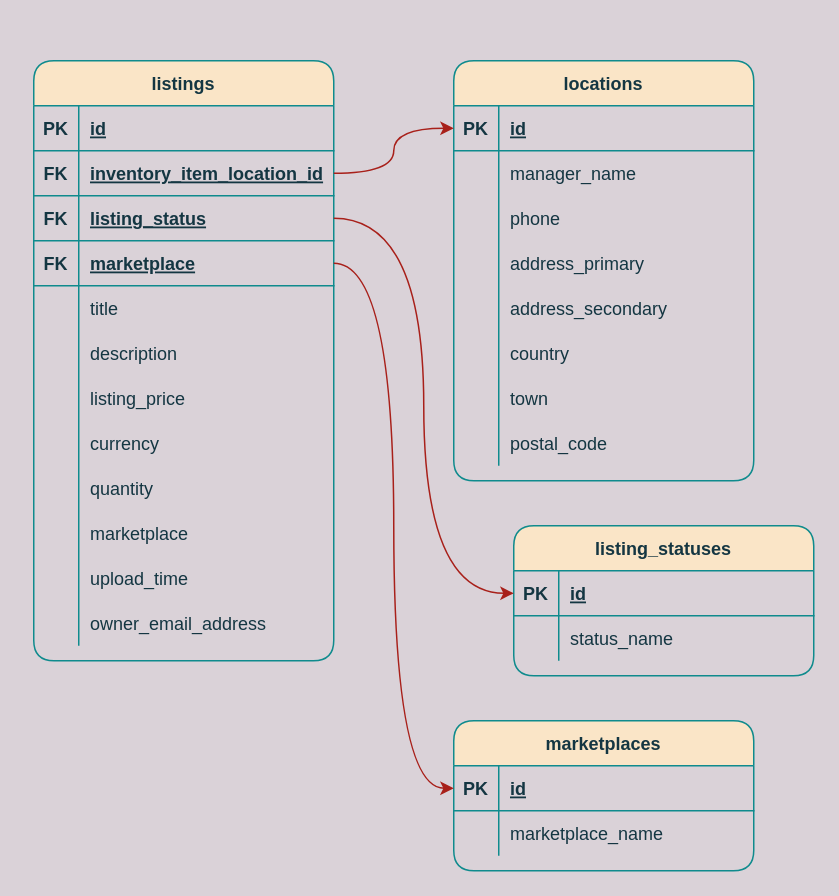
The draw.io diagram dbdiagram.drawio in markdioszegi/world-of-books, before the edit. Source tidied: cells renumbered, new cells numbered last; positions are measured from the earlier drawing's top-left corner, leaving out a move shared by most shapes. Both pictures are drawn from the tidied source at 150%, with x=0, y=0 at pixel (33, 60).
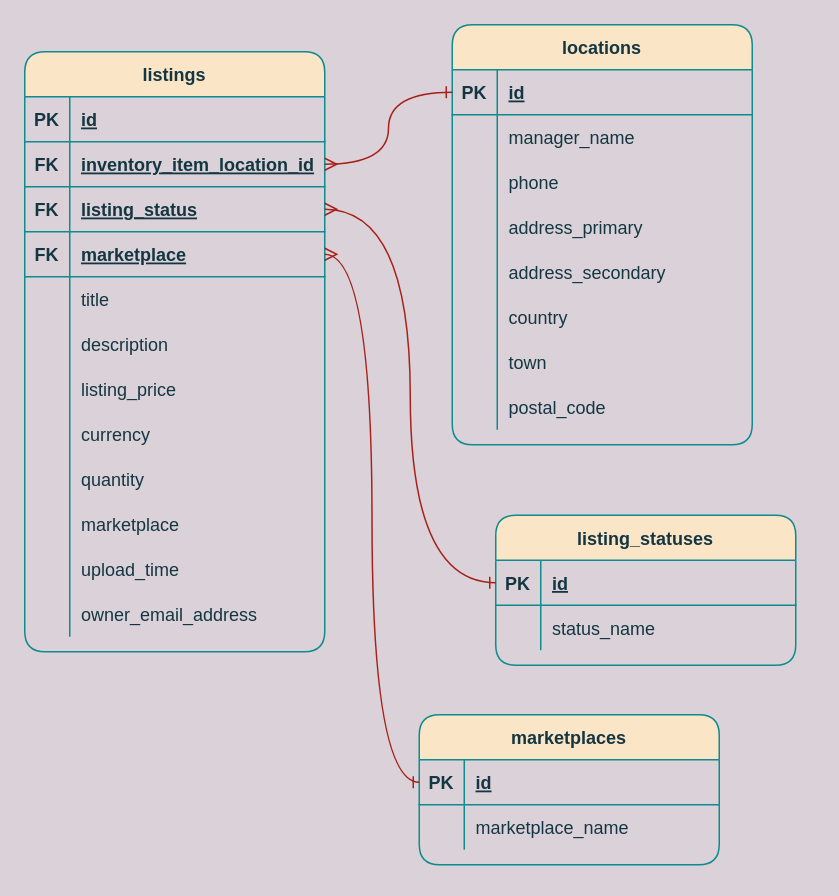
The same page after the edit.

The change refers to these unchanged cells:
```xml
<mxCell id="6" style="shape=partialRectangle;fillColor=none;top=0;left=0;bottom=1;right=0;points=[[0,0.5],[1,0.5]];portConstraint=eastwest;rounded=1;strokeColor=#0F8B8D;fontColor=#143642;" parent="2" vertex="1">
  <mxGeometry y="60" width="200" height="30" as="geometry" />
</mxCell>
<mxCell id="9" style="shape=partialRectangle;fillColor=none;top=0;left=0;bottom=1;right=0;points=[[0,0.5],[1,0.5]];portConstraint=eastwest;rounded=1;strokeColor=#0F8B8D;fontColor=#143642;" parent="2" vertex="1">
  <mxGeometry y="90" width="200" height="30" as="geometry" />
</mxCell>
<mxCell id="12" style="shape=partialRectangle;fillColor=none;top=0;left=0;bottom=1;right=0;points=[[0,0.5],[1,0.5]];portConstraint=eastwest;rounded=1;strokeColor=#0F8B8D;fontColor=#143642;" parent="2" vertex="1">
  <mxGeometry y="120" width="200" height="30" as="geometry" />
</mxCell>
<mxCell id="40" style="shape=partialRectangle;fillColor=none;top=0;left=0;bottom=1;right=0;points=[[0,0.5],[1,0.5]];portConstraint=eastwest;rounded=1;strokeColor=#0F8B8D;fontColor=#143642;" parent="39" vertex="1">
  <mxGeometry y="30" width="200" height="30" as="geometry" />
</mxCell>
<mxCell id="65" style="shape=partialRectangle;fillColor=none;top=0;left=0;bottom=1;right=0;points=[[0,0.5],[1,0.5]];portConstraint=eastwest;rounded=1;strokeColor=#0F8B8D;fontColor=#143642;" parent="64" vertex="1">
  <mxGeometry y="30" width="200" height="30" as="geometry" />
</mxCell>
<mxCell id="72" style="shape=partialRectangle;fillColor=none;top=0;left=0;bottom=1;right=0;points=[[0,0.5],[1,0.5]];portConstraint=eastwest;rounded=1;strokeColor=#0F8B8D;fontColor=#143642;" parent="71" vertex="1">
  <mxGeometry y="30" width="200" height="30" as="geometry" />
</mxCell>
```

Change to the diagram source:
```diff
@@
     <mxCell id="2" value="listings" style="shape=table;startSize=30;childLayout=tableLayout;rowLines=0;fontStyle=1;align=center;rounded=1;fillColor=#FAE5C7;strokeColor=#0F8B8D;fontColor=#143642;" parent="1" vertex="1">
-      <mxGeometry width="200" height="400" as="geometry" />
+      <mxGeometry x="-6" y="-6" width="200" height="400" as="geometry" />
     </mxCell>
@@
     <mxCell id="39" value="locations" style="shape=table;startSize=30;childLayout=tableLayout;rowLines=0;fontStyle=1;align=center;rounded=1;fillColor=#FAE5C7;strokeColor=#0F8B8D;fontColor=#143642;" parent="1" vertex="1">
-      <mxGeometry x="280" width="200" height="280" as="geometry" />
+      <mxGeometry x="279" y="-24" width="200" height="280" as="geometry" />
     </mxCell>
@@
     <mxCell id="64" value="listing_statuses" style="shape=table;startSize=30;childLayout=tableLayout;rowLines=0;fontStyle=1;align=center;rounded=1;fillColor=#FAE5C7;strokeColor=#0F8B8D;fontColor=#143642;" parent="1" vertex="1">
-      <mxGeometry x="320" y="310" width="200" height="100" as="geometry" />
+      <mxGeometry x="308" y="303" width="200" height="100" as="geometry" />
     </mxCell>
@@
     <mxCell id="71" value="marketplaces" style="shape=table;startSize=30;childLayout=tableLayout;rowLines=0;fontStyle=1;align=center;rounded=1;fillColor=#FAE5C7;strokeColor=#0F8B8D;fontColor=#143642;" parent="1" vertex="1">
-      <mxGeometry x="280" y="440" width="200" height="100" as="geometry" />
+      <mxGeometry x="257" y="436" width="200" height="100" as="geometry" />
     </mxCell>
@@
-    <mxCell id="78" style="edgeStyle=orthogonalEdgeStyle;jettySize=auto;html=1;exitX=1;exitY=0.5;exitDx=0;exitDy=0;entryX=0;entryY=0.5;entryDx=0;entryDy=0;curved=1;labelBackgroundColor=#DAD2D8;strokeColor=#A8201A;fontColor=#143642;" parent="1" edge="1" source="6" target="40">
+    <mxCell id="78" style="edgeStyle=orthogonalEdgeStyle;jettySize=auto;html=1;exitX=1;exitY=0.5;exitDx=0;exitDy=0;entryX=0;entryY=0.5;entryDx=0;entryDy=0;curved=1;labelBackgroundColor=#DAD2D8;strokeColor=#A8201A;fontColor=#143642;comic=0;endArrow=ERone;endFill=0;startArrow=ERmany;startFill=0;" parent="1" edge="1" source="6" target="40">
       <mxGeometry relative="1" as="geometry" />
     </mxCell>
-    <mxCell id="79" style="edgeStyle=orthogonalEdgeStyle;jettySize=auto;html=1;exitX=1;exitY=0.5;exitDx=0;exitDy=0;entryX=0;entryY=0.5;entryDx=0;entryDy=0;curved=1;labelBackgroundColor=#DAD2D8;strokeColor=#A8201A;fontColor=#143642;" parent="1" edge="1" source="9" target="65">
+    <mxCell id="79" style="edgeStyle=orthogonalEdgeStyle;jettySize=auto;html=1;exitX=1;exitY=0.5;exitDx=0;exitDy=0;entryX=0;entryY=0.5;entryDx=0;entryDy=0;curved=1;labelBackgroundColor=#DAD2D8;strokeColor=#A8201A;fontColor=#143642;startArrow=ERmany;startFill=0;endArrow=ERone;endFill=0;" parent="1" edge="1" source="9" target="65">
       <mxGeometry relative="1" as="geometry" />
     </mxCell>
-    <mxCell id="80" style="edgeStyle=orthogonalEdgeStyle;jettySize=auto;html=1;exitX=1;exitY=0.5;exitDx=0;exitDy=0;entryX=0;entryY=0.5;entryDx=0;entryDy=0;curved=1;labelBackgroundColor=#DAD2D8;strokeColor=#A8201A;fontColor=#143642;" parent="1" edge="1" source="12" target="72">
+    <mxCell id="80" style="edgeStyle=orthogonalEdgeStyle;jettySize=auto;html=1;exitX=1;exitY=0.5;exitDx=0;exitDy=0;entryX=0;entryY=0.5;entryDx=0;entryDy=0;curved=1;labelBackgroundColor=#DAD2D8;strokeColor=#A8201A;fontColor=#143642;startArrow=ERmany;startFill=0;endArrow=ERone;endFill=0;" parent="1" edge="1" source="12" target="72">
       <mxGeometry relative="1" as="geometry" />
     </mxCell>
```
